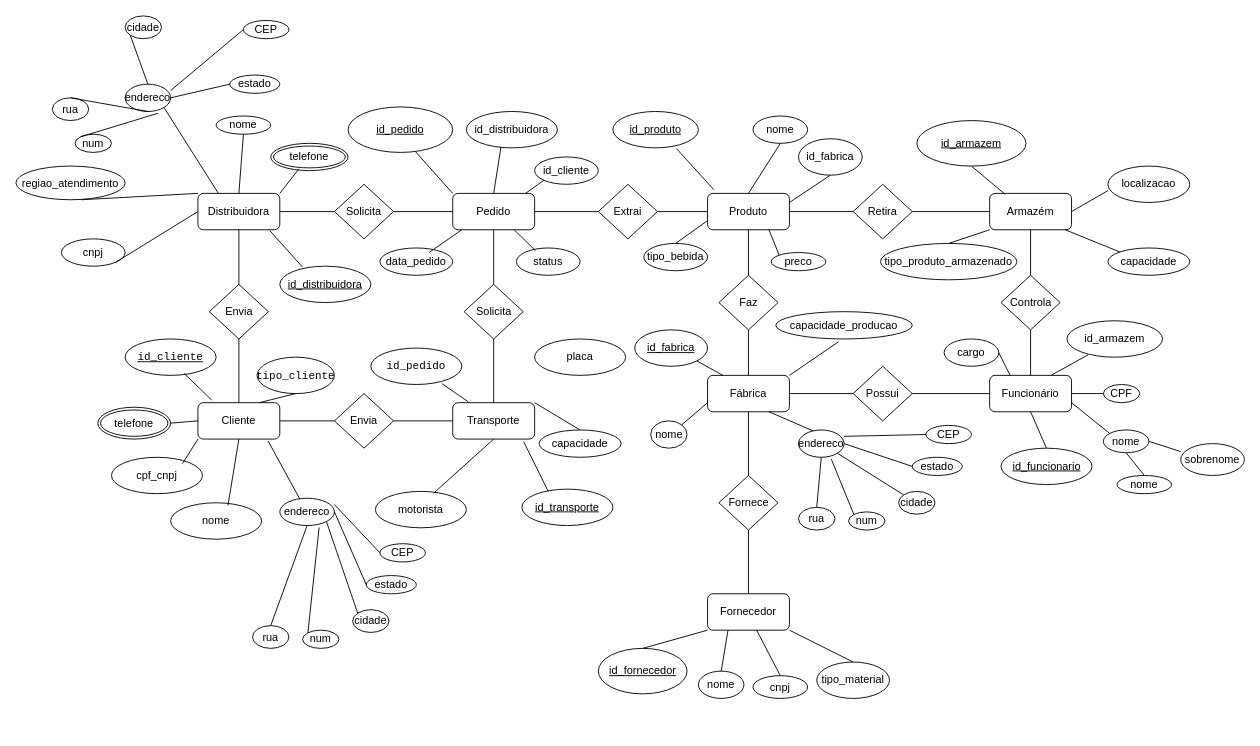
mateusszabo/mateusszabo keeps this draw.io diagram as Diagrama sem nome.drawio. Above is the earlier version. Source tidied: cells renumbered, new cells numbered last; positions are measured from the earlier drawing's top-left corner, leaving out a move shared by most shapes. Both pictures are drawn from the tidied source at 91%, with x=0, y=0 at pixel (15, 15).
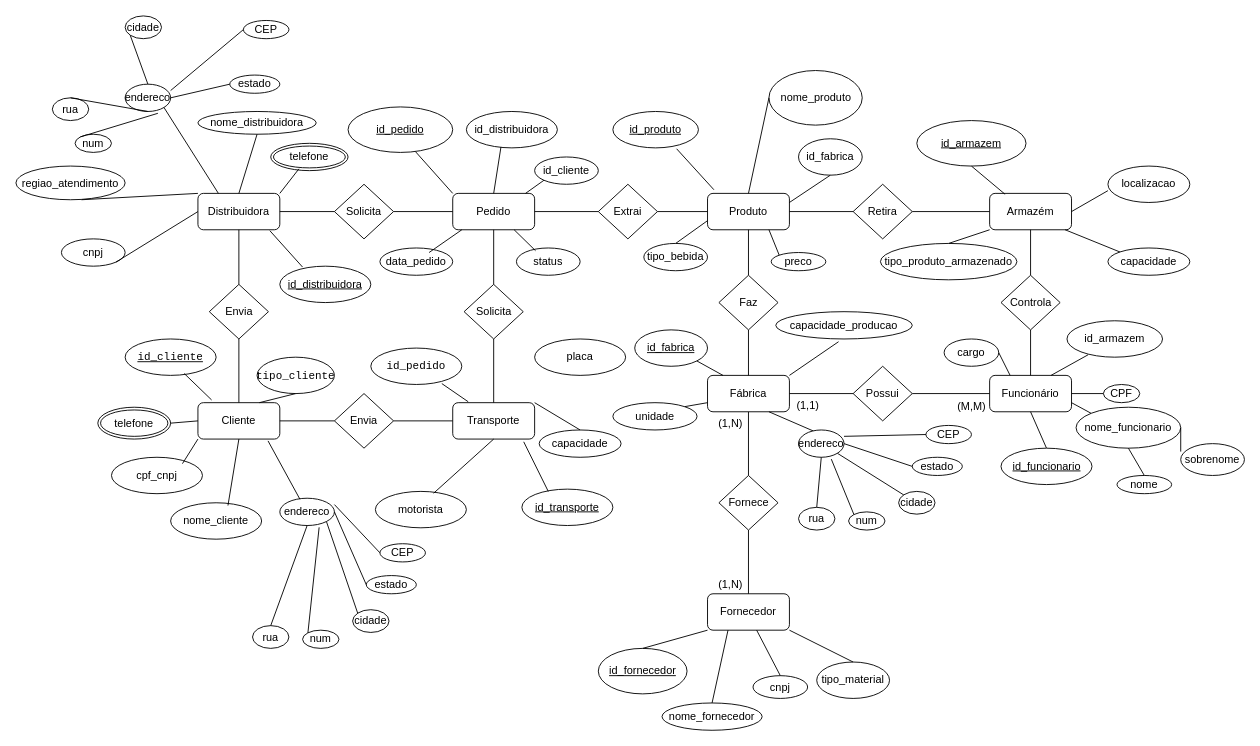
The same page after the edit.

Change to the diagram source:
```diff
@@
-    <mxCell id="43" value="nome" style="ellipse;whiteSpace=wrap;html=1;align=center;" parent="1" vertex="1">
-      <mxGeometry x="750" y="720" width="50" height="30" as="geometry" />
+    <mxCell id="43" value="nome_fornecedor" style="ellipse;whiteSpace=wrap;html=1;align=center;" parent="1" vertex="1">
+      <mxGeometry x="710" y="755" width="110" height="30" as="geometry" />
     </mxCell>
@@
-    <mxCell id="50" value="nome" style="ellipse;whiteSpace=wrap;html=1;align=center;" parent="1" vertex="1">
-      <mxGeometry x="697.5" y="445" width="40" height="30" as="geometry" />
+    <mxCell id="50" value="unidade" style="ellipse;whiteSpace=wrap;html=1;align=center;" parent="1" vertex="1">
+      <mxGeometry x="656" y="425" width="92.5" height="30" as="geometry" />
     </mxCell>
@@
-    <mxCell id="67" value="nome" style="ellipse;whiteSpace=wrap;html=1;align=center;" parent="1" vertex="1">
-      <mxGeometry x="1195" y="455" width="50" height="25" as="geometry" />
+    <mxCell id="67" value="nome_funcionario" style="ellipse;whiteSpace=wrap;html=1;align=center;" parent="1" vertex="1">
+      <mxGeometry x="1165" y="430" width="115" height="45" as="geometry" />
     </mxCell>
@@
-    <mxCell id="90" value="nome" style="ellipse;whiteSpace=wrap;html=1;align=center;" parent="1" vertex="1">
-      <mxGeometry x="810" y="110" width="60" height="30" as="geometry" />
+    <mxCell id="90" value="nome_produto" style="ellipse;whiteSpace=wrap;html=1;align=center;direction=south;" parent="1" vertex="1">
+      <mxGeometry x="827.5" y="60" width="102.5" height="60" as="geometry" />
     </mxCell>
@@
-    <mxCell id="111" value="nome" style="ellipse;whiteSpace=wrap;html=1;align=center;" parent="1" vertex="1">
-      <mxGeometry x="220" y="110" width="60" height="20" as="geometry" />
+    <mxCell id="111" value="nome_distribuidora" style="ellipse;whiteSpace=wrap;html=1;align=center;" parent="1" vertex="1">
+      <mxGeometry x="200" y="105" width="130" height="25" as="geometry" />
     </mxCell>
@@
-    <mxCell id="142" value="nome" style="ellipse;whiteSpace=wrap;html=1;align=center;" parent="1" vertex="1">
+    <mxCell id="142" value="nome_cliente" style="ellipse;whiteSpace=wrap;html=1;align=center;" parent="1" vertex="1">
       <mxGeometry x="170" y="535" width="100" height="40" as="geometry" />
     </mxCell>
@@
+    <mxCell id="163" value="(1,N)" style="text;html=1;align=center;verticalAlign=middle;strokeColor=none;fillColor=none;" parent="1" vertex="1">
+      <mxGeometry x="760" y="432.5" width="50" height="30" as="geometry" />
+    </mxCell>
+    <mxCell id="164" value="(1,N)" style="text;html=1;align=center;verticalAlign=middle;strokeColor=none;fillColor=none;" parent="1" vertex="1">
+      <mxGeometry x="760" y="610" width="50" height="30" as="geometry" />
+    </mxCell>
+    <mxCell id="165" value="(M,M)" style="text;html=1;align=center;verticalAlign=middle;strokeColor=none;fillColor=none;" parent="1" vertex="1">
+      <mxGeometry x="1025" y="415" width="50" height="30" as="geometry" />
+    </mxCell>
+    <mxCell id="166" value="(1,1)" style="text;html=1;align=center;verticalAlign=middle;strokeColor=none;fillColor=none;" parent="1" vertex="1">
+      <mxGeometry x="845" y="413" width="50" height="30" as="geometry" />
+    </mxCell>
```
